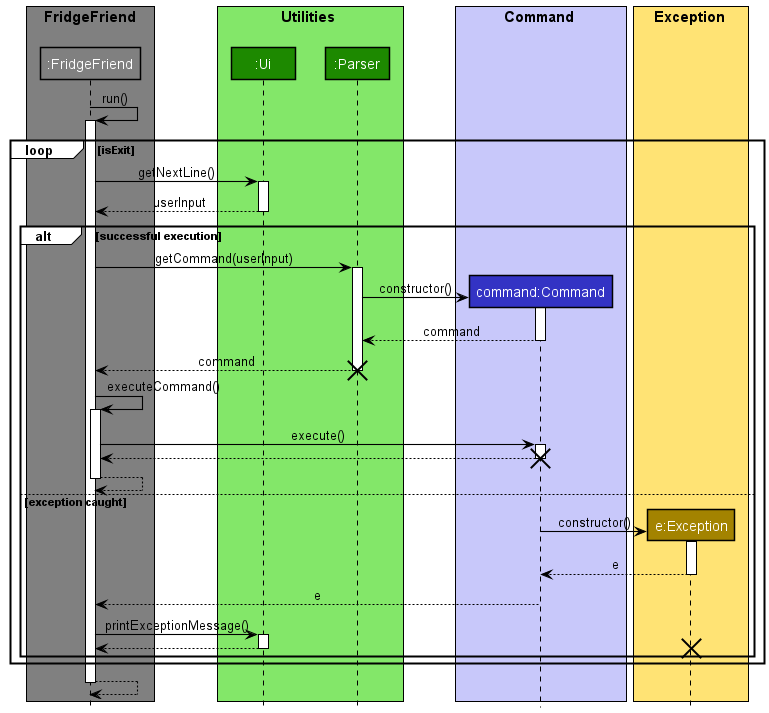
nus-cs2113-AY2021S2/tp keeps this PlantUML diagram as docs/diagrams/diagram_images/MainLogicSequenceDiagram.png. Above is the earlier version. Source of this version:
```plantuml
@startuml MainLogicSequenceDiagram
!include style.puml

box "FridgeFriend\n" FRIDGEFRIEND_COLOR
Participant ":FridgeFriend" as fridgefriend FRIDGEFRIEND_COLOR
end box

box Utilities UTILITIES_COLOR_T1
Participant ":Ui" as ui UTILITIES_COLOR
Participant ":Parser" as parser UTILITIES_COLOR
end box

box Command COMMAND_COLOR_T1
Participant "command:Command" as command COMMAND_COLOR
end box

box Exception EXCEPTION_COLOR_T1
Participant "e:Exception" as exception EXCEPTION_COLOR
end box

autoactivate on
fridgefriend->fridgefriend: run()
loop isExit
    fridgefriend -> ui: getNextLine()
    return userInput

    alt successful execution
        fridgefriend -> parser: getCommand(userInput)
        create command
        parser -> command: constructor()
        return command
        return command
        destroy parser

        fridgefriend -> fridgefriend: executeCommand()
        fridgefriend -> command: execute()
        return
        destroy command
        return
    else exception caught
        create exception
        command -> exception: constructor()
        return e
        command --> fridgefriend: e
        fridgefriend -> ui: printExceptionMessage()
        return
        destroy exception
        end
    end
fridgefriend --> fridgefriend

@enduml
```
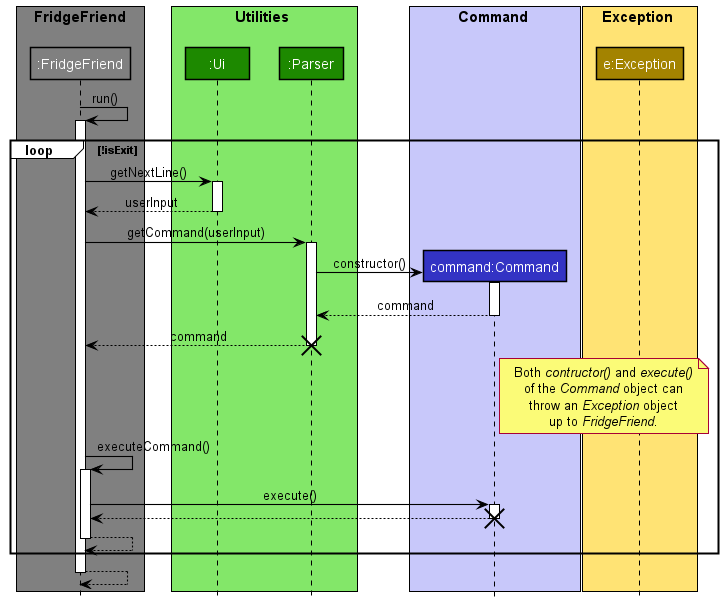
After the change.

Change to the diagram source:
```diff
@@ -20,33 +20,34 @@
 
 autoactivate on
 fridgefriend->fridgefriend: run()
-loop isExit
+
+loop !isExit
     fridgefriend -> ui: getNextLine()
     return userInput
 
-    alt successful execution
-        fridgefriend -> parser: getCommand(userInput)
-        create command
-        parser -> command: constructor()
-        return command
-        return command
-        destroy parser
+    fridgefriend -> parser: getCommand(userInput)
+    create command
+    parser -> command: constructor()
+    return command
+    return command
+    destroy parser
 
-        fridgefriend -> fridgefriend: executeCommand()
-        fridgefriend -> command: execute()
-        return
-        destroy command
-        return
-    else exception caught
-        create exception
-        command -> exception: constructor()
-        return e
-        command --> fridgefriend: e
-        fridgefriend -> ui: printExceptionMessage()
-        return
-        destroy exception
-        end
+    note right of command
+    Both //contructor()// and //execute()//
+    of the //Command// object can
+    throw an //Exception// object
+    up to //FridgeFriend//.
+    end note
+
+    fridgefriend -> fridgefriend: executeCommand()
+    fridgefriend -> command: execute()
+    return
+    destroy command
+    return
+
     end
+
 fridgefriend --> fridgefriend
 
+
 @enduml
```
